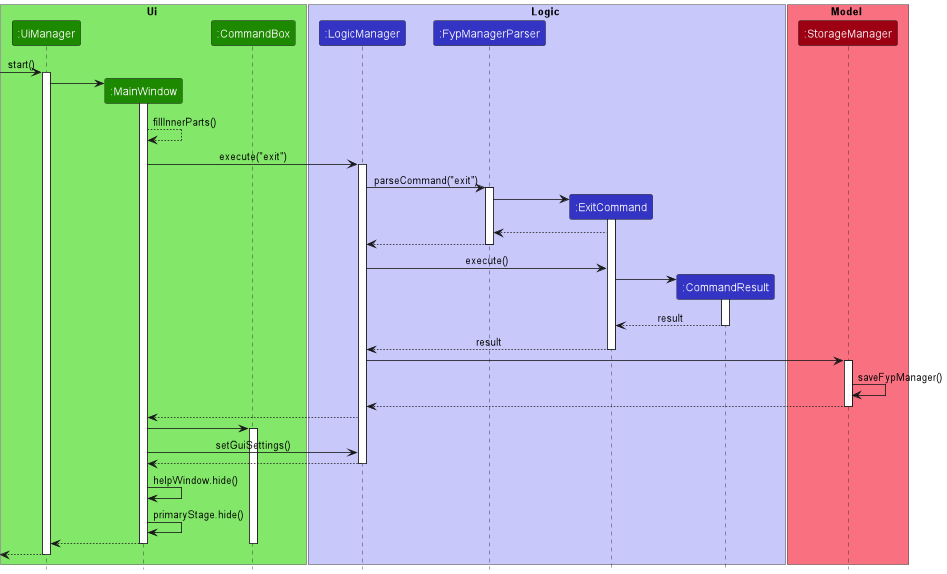
The PlantUML diagram docs/images/ExitSequenceDiagram.png in nus-cs2103-AY2223S1/tp, before a commit.
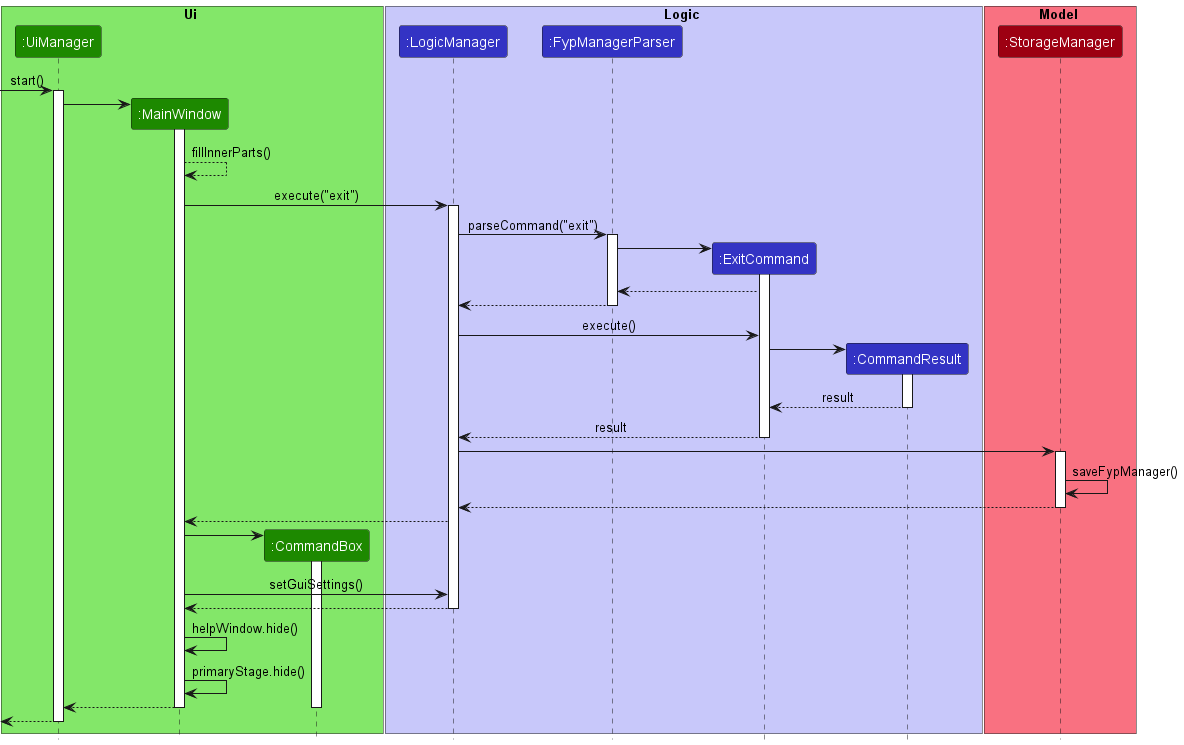
After the commit.

Change to the diagram source:
```diff
@@ -58,6 +58,7 @@
 deactivate StorageManager
 LogicManager --> MainWindow
 
+create CommandBox
 MainWindow -> CommandBox
 activate CommandBox
 
```
